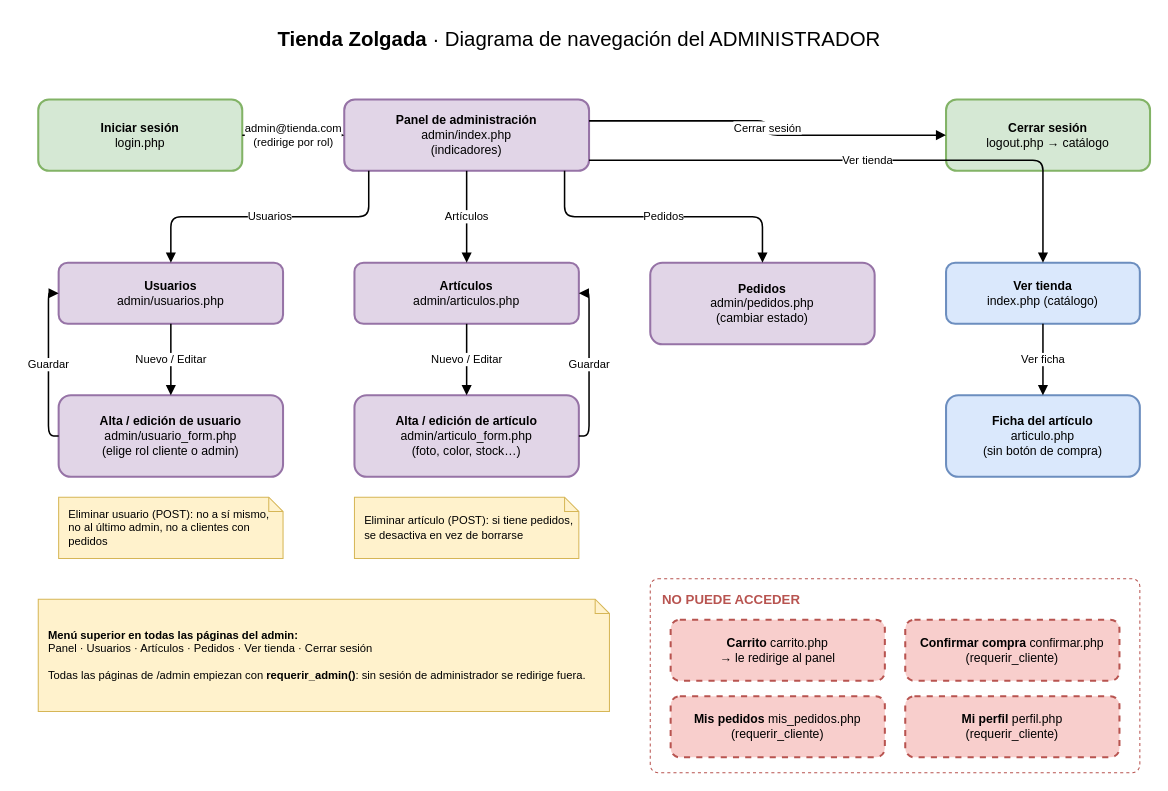
Earlier version of the draw.io diagram page "4.2 · Navegación admin" (2 of 4) of docs/diagramas_zolgada.drawio (OlgaReche/tienda). Source tidied: cells renumbered, new cells numbered last; positions are measured from the earlier drawing's top-left corner, leaving out a move shared by most shapes. Both pictures are drawn from the tidied source at 102%, with x=0, y=0 at pixel (17, 17).
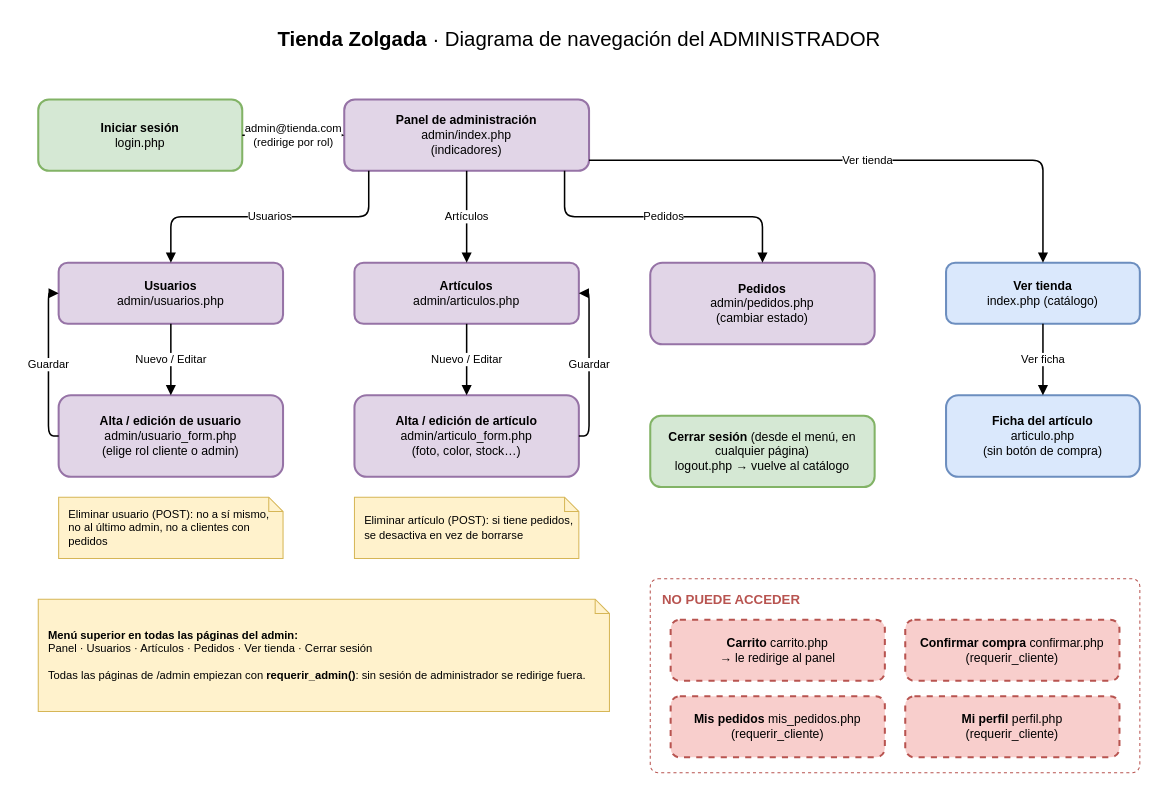
The same page after the edit.

Unchanged cells that the change refers to:
```xml
<mxCell id="4" value="&lt;b&gt;Panel de administración&lt;/b&gt;&lt;br&gt;admin/index.php&lt;br&gt;(indicadores)" style="rounded=1;whiteSpace=wrap;html=1;fontSize=12;strokeWidth=2;fillColor=#e1d5e7;strokeColor=#9673a6;" parent="1" vertex="1">
  <mxGeometry x="320" y="80" width="240" height="70" as="geometry" />
</mxCell>
```

Diff of the diagram source:
```diff
@@
-    <mxCell id="12" value="&lt;b&gt;Cerrar sesión&lt;/b&gt;&lt;br&gt;logout.php → catálogo" style="rounded=1;whiteSpace=wrap;html=1;fontSize=12;strokeWidth=2;fillColor=#d5e8d4;strokeColor=#82b366;" parent="1" vertex="1">
-      <mxGeometry x="910" y="80" width="200" height="70" as="geometry" />
+    <mxCell id="12" value="&lt;b&gt;Cerrar sesión&lt;/b&gt; (desde el menú, en cualquier página)&lt;br&gt;logout.php → vuelve al catálogo" style="rounded=1;whiteSpace=wrap;html=1;fontSize=12;strokeWidth=2;fillColor=#d5e8d4;strokeColor=#82b366;" parent="1" vertex="1">
+      <mxGeometry x="620" y="390" width="220" height="70" as="geometry" />
     </mxCell>
@@
-    <mxCell id="23" value="Cerrar sesión" style="exitX=1;exitY=0.3;entryX=0;entryY=0.5;edgeStyle=orthogonalEdgeStyle;rounded=1;html=1;endArrow=block;endFill=1;strokeWidth=1.5;fontSize=11;labelBackgroundColor=#ffffff;" parent="1" edge="1" source="4" target="12">
-      <mxGeometry relative="1" as="geometry" />
-    </mxCell>
```
